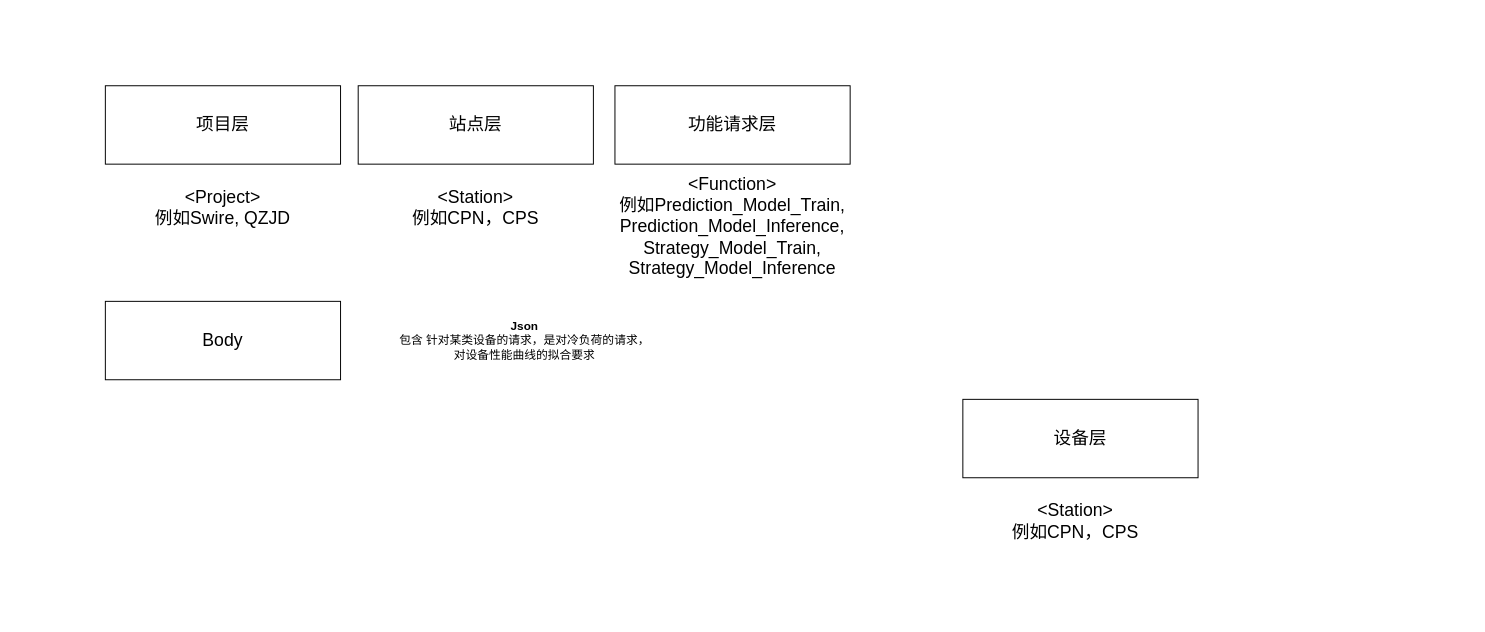
Earlier version of the draw.io diagram page "Interface" (6 of 6) of Swire_Project_Structure_Analysis.drawio (WenboLi-CN-DE/DrawIO_remote). Source tidied: cells renumbered, new cells numbered last; positions are measured from the earlier drawing's top-left corner, leaving out a move shared by most shapes. Both pictures are drawn from the tidied source at 98%, with x=0, y=0 at pixel (66, 85).
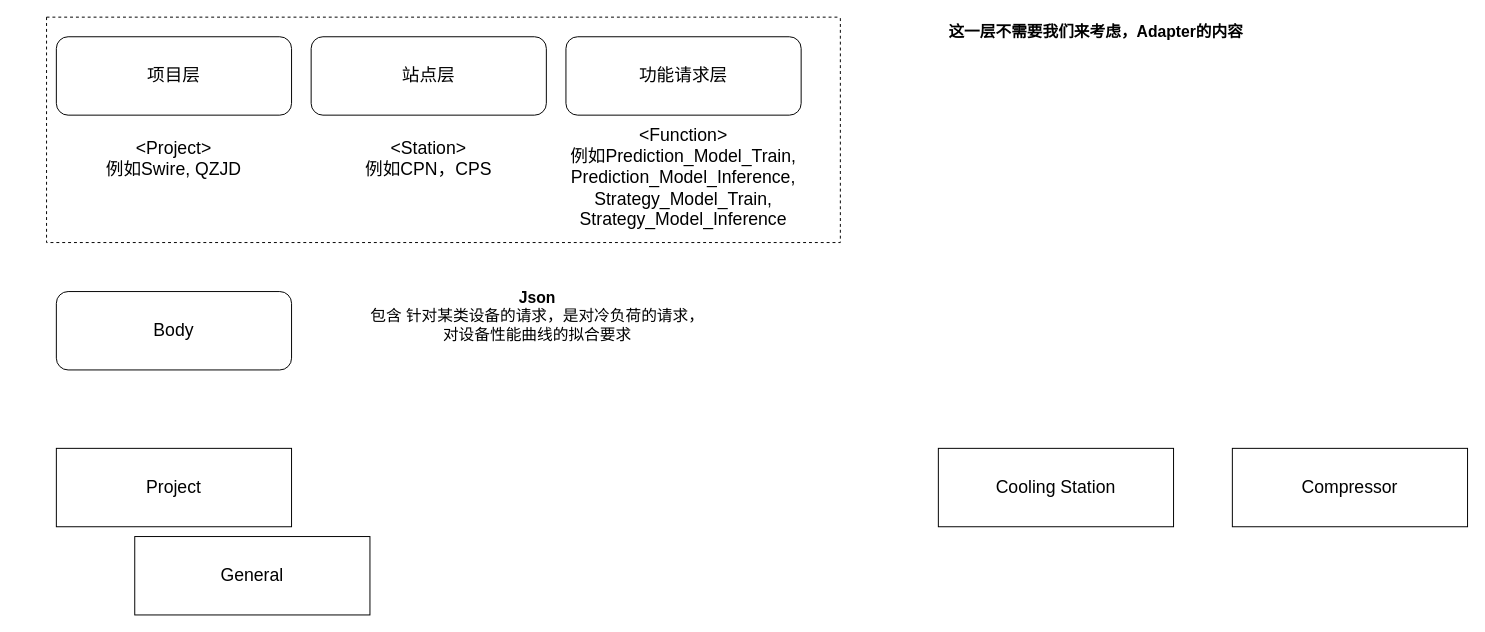
The same page after the edit.

What changed in the source:
```diff
@@
 <mxGraphModel>
   <root>
     <mxCell id="0" />
     <mxCell id="1" parent="0" />
+    <mxCell id="5" value="&lt;span style=&quot;font-size: 18px;&quot;&gt;Body&lt;/span&gt;" style="rounded=1;whiteSpace=wrap;html=1;" parent="1" vertex="1">
+      <mxGeometry x="-10" y="210" width="240" height="80" as="geometry" />
+    </mxCell>
+    <mxCell id="9" value="&lt;span style=&quot;font-size: 18px;&quot;&gt;General&lt;/span&gt;" style="rounded=0;whiteSpace=wrap;html=1;" parent="1" vertex="1">
+      <mxGeometry x="70" y="460" width="240" height="80" as="geometry" />
+    </mxCell>
+    <mxCell id="11" value="&lt;b style=&quot;font-size: 16px;&quot;&gt;&lt;font style=&quot;font-size: 16px;&quot;&gt;Json&lt;/font&gt;&lt;/b&gt;&lt;div style=&quot;font-size: 16px;&quot;&gt;&lt;font style=&quot;font-size: 16px;&quot;&gt;包含 针对某类设备的请求，是对冷负荷的请求，&lt;/font&gt;&lt;/div&gt;&lt;div style=&quot;font-size: 16px;&quot;&gt;&lt;font style=&quot;font-size: 16px;&quot;&gt;对设备性能曲线的拟合要求&lt;/font&gt;&lt;/div&gt;" style="text;html=1;align=center;verticalAlign=middle;whiteSpace=wrap;rounded=0;" parent="1" vertex="1">
+      <mxGeometry x="250" y="220" width="462" height="30" as="geometry" />
+    </mxCell>
+    <mxCell id="12" style="swimlane;startSize=0;dashed=1;" parent="1" vertex="1">
+      <mxGeometry x="-20" y="-70" width="810" height="230" as="geometry" />
+    </mxCell>
-    <mxCell id="2" value="&lt;font style=&quot;font-size: 18px;&quot;&gt;项目层&lt;/font&gt;" style="rounded=0;whiteSpace=wrap;html=1;" parent="1" vertex="1">
-      <mxGeometry x="40" width="240" height="80" as="geometry" />
+    <mxCell id="2" value="&lt;font style=&quot;font-size: 18px;&quot;&gt;项目层&lt;/font&gt;" style="rounded=1;whiteSpace=wrap;html=1;" parent="12" vertex="1">
+      <mxGeometry x="10" y="20" width="240" height="80" as="geometry" />
     </mxCell>
-    <mxCell id="3" value="&lt;span style=&quot;font-size: 18px;&quot;&gt;站点层&lt;/span&gt;" style="rounded=0;whiteSpace=wrap;html=1;" parent="1" vertex="1">
-      <mxGeometry x="298" width="240" height="80" as="geometry" />
+    <mxCell id="3" value="&lt;span style=&quot;font-size: 18px;&quot;&gt;站点层&lt;/span&gt;" style="rounded=1;whiteSpace=wrap;html=1;" parent="12" vertex="1">
+      <mxGeometry x="270" y="20" width="240" height="80" as="geometry" />
     </mxCell>
-    <mxCell id="4" value="&lt;font style=&quot;font-size: 18px;&quot;&gt;功能请求层&lt;/font&gt;" style="rounded=0;whiteSpace=wrap;html=1;" parent="1" vertex="1">
-      <mxGeometry x="560" width="240" height="80" as="geometry" />
+    <mxCell id="4" value="&lt;font style=&quot;font-size: 18px;&quot;&gt;功能请求层&lt;/font&gt;" style="rounded=1;whiteSpace=wrap;html=1;" parent="12" vertex="1">
+      <mxGeometry x="530" y="20" width="240" height="80" as="geometry" />
     </mxCell>
-    <mxCell id="5" value="&lt;span style=&quot;font-size: 18px;&quot;&gt;Body&lt;/span&gt;" style="rounded=0;whiteSpace=wrap;html=1;" parent="1" vertex="1">
-      <mxGeometry x="40" y="220" width="240" height="80" as="geometry" />
-    </mxCell>
-    <mxCell id="6" value="&lt;font style=&quot;font-size: 18px;&quot;&gt;&amp;lt;Project&amp;gt;&lt;br&gt;例如Swire, QZJD&lt;/font&gt;" style="text;html=1;align=center;verticalAlign=middle;whiteSpace=wrap;rounded=0;" parent="1" vertex="1">
-      <mxGeometry y="110" width="320" height="30" as="geometry" />
+    <mxCell id="6" value="&lt;font style=&quot;font-size: 18px;&quot;&gt;&amp;lt;Project&amp;gt;&lt;br&gt;例如Swire, QZJD&lt;/font&gt;" style="text;html=1;align=center;verticalAlign=middle;whiteSpace=wrap;rounded=0;" parent="12" vertex="1">
+      <mxGeometry x="-30" y="130" width="320" height="30" as="geometry" />
     </mxCell>
-    <mxCell id="7" value="&lt;font style=&quot;font-size: 18px;&quot;&gt;&amp;lt;Station&amp;gt;&lt;br&gt;例如CPN，CPS&lt;/font&gt;" style="text;html=1;align=center;verticalAlign=middle;whiteSpace=wrap;rounded=0;" parent="1" vertex="1">
-      <mxGeometry x="258" y="110" width="320" height="30" as="geometry" />
+    <mxCell id="7" value="&lt;font style=&quot;font-size: 18px;&quot;&gt;&amp;lt;Station&amp;gt;&lt;br&gt;例如CPN，CPS&lt;/font&gt;" style="text;html=1;align=center;verticalAlign=middle;whiteSpace=wrap;rounded=0;" parent="12" vertex="1">
+      <mxGeometry x="230" y="130" width="320" height="30" as="geometry" />
     </mxCell>
-    <mxCell id="8" value="&lt;font style=&quot;font-size: 18px;&quot;&gt;&amp;lt;Function&amp;gt;&lt;br&gt;例如Prediction_Model_Train, Prediction_Model_Inference,&lt;/font&gt;&lt;div&gt;&lt;font style=&quot;font-size: 18px;&quot;&gt;Strategy_Model_Train,&lt;/font&gt;&lt;/div&gt;&lt;div&gt;&lt;font style=&quot;font-size: 18px;&quot;&gt;Strategy_Model_Inference&lt;/font&gt;&lt;/div&gt;&lt;div&gt;&lt;font style=&quot;font-size: 18px;&quot;&gt;&lt;br&gt;&lt;/font&gt;&lt;/div&gt;" style="text;html=1;align=center;verticalAlign=middle;whiteSpace=wrap;rounded=0;" parent="1" vertex="1">
-      <mxGeometry x="520" y="140" width="320" height="30" as="geometry" />
+    <mxCell id="8" value="&lt;font style=&quot;font-size: 18px;&quot;&gt;&amp;lt;Function&amp;gt;&lt;br&gt;例如Prediction_Model_Train, Prediction_Model_Inference,&lt;/font&gt;&lt;div&gt;&lt;font style=&quot;font-size: 18px;&quot;&gt;Strategy_Model_Train,&lt;/font&gt;&lt;/div&gt;&lt;div&gt;&lt;font style=&quot;font-size: 18px;&quot;&gt;Strategy_Model_Inference&lt;/font&gt;&lt;/div&gt;&lt;div&gt;&lt;font style=&quot;font-size: 18px;&quot;&gt;&lt;br&gt;&lt;/font&gt;&lt;/div&gt;" style="text;html=1;align=center;verticalAlign=middle;whiteSpace=wrap;rounded=0;" parent="12" vertex="1">
+      <mxGeometry x="490" y="160" width="320" height="30" as="geometry" />
     </mxCell>
-    <mxCell id="9" value="&lt;span style=&quot;font-size: 18px;&quot;&gt;设备层&lt;/span&gt;" style="rounded=0;whiteSpace=wrap;html=1;" parent="1" vertex="1">
-      <mxGeometry x="915" y="320" width="240" height="80" as="geometry" />
-    </mxCell>
-    <mxCell id="10" value="&lt;font style=&quot;font-size: 18px;&quot;&gt;&amp;lt;Station&amp;gt;&lt;br&gt;例如CPN，CPS&lt;/font&gt;" style="text;html=1;align=center;verticalAlign=middle;whiteSpace=wrap;rounded=0;" parent="1" vertex="1">
-      <mxGeometry x="870" y="430" width="320" height="30" as="geometry" />
-    </mxCell>
-    <mxCell id="11" value="&lt;b&gt;Json&lt;/b&gt;&lt;div&gt;包含 针对某类设备的请求，是对冷负荷的请求，&lt;/div&gt;&lt;div&gt;对设备性能曲线的拟合要求&lt;/div&gt;" style="text;html=1;align=center;verticalAlign=middle;whiteSpace=wrap;rounded=0;" parent="1" vertex="1">
-      <mxGeometry x="298" y="245" width="340" height="30" as="geometry" />
-    </mxCell>
+    <mxCell id="13" value="&lt;span style=&quot;font-size: 16px;&quot;&gt;&lt;b&gt;这一层不需要我们来考虑，Adapter的内容&lt;/b&gt;&lt;/span&gt;" style="text;html=1;align=center;verticalAlign=middle;whiteSpace=wrap;rounded=0;" parent="1" vertex="1">
+      <mxGeometry x="820" y="-70" width="462" height="30" as="geometry" />
+    </mxCell>
+    <mxCell id="14" value="&lt;span style=&quot;font-size: 18px;&quot;&gt;Cooling Station&lt;/span&gt;" style="rounded=0;whiteSpace=wrap;html=1;" parent="1" vertex="1">
+      <mxGeometry x="890" y="370" width="240" height="80" as="geometry" />
+    </mxCell>
+    <mxCell id="15" value="&lt;span style=&quot;font-size: 18px;&quot;&gt;Compressor&lt;/span&gt;" style="rounded=0;whiteSpace=wrap;html=1;" parent="1" vertex="1">
+      <mxGeometry x="1190" y="370" width="240" height="80" as="geometry" />
+    </mxCell>
+    <mxCell id="16" value="&lt;span style=&quot;font-size: 18px;&quot;&gt;Project&lt;/span&gt;" style="rounded=0;whiteSpace=wrap;html=1;" parent="1" vertex="1">
+      <mxGeometry x="-10" y="370" width="240" height="80" as="geometry" />
+    </mxCell>
   </root>
 </mxGraphModel>
```
